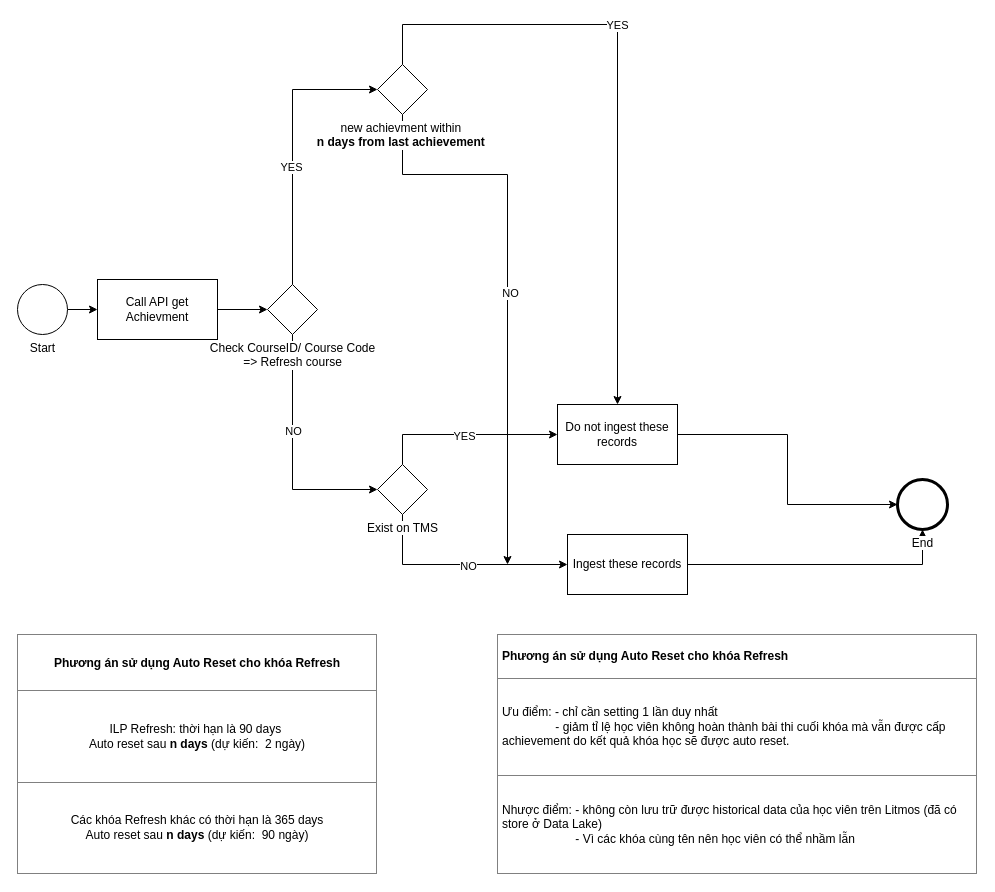
Above: page "Auto Reset" (1 of 2) of achievement job.drawio in thanhluandhsp/litmos (draw.io), before the change. Source tidied: cells renumbered, new cells numbered last; positions are measured from the earlier drawing's top-left corner, leaving out a move shared by most shapes. Both pictures are drawn from the tidied source at 100%, with x=0, y=0 at pixel (17, 24).
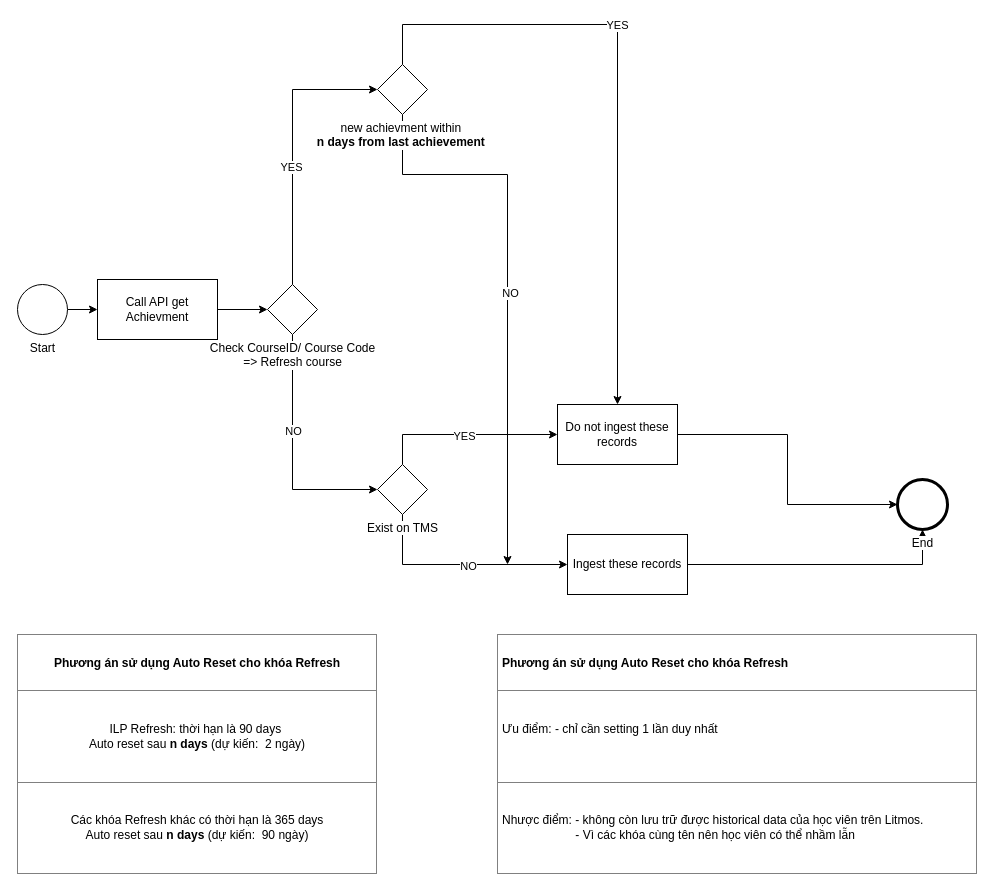
After the change.

What changed in the source:
```diff
@@
-    <mxCell id="27" value="&lt;table border=&quot;1&quot; width=&quot;100%&quot; height=&quot;100%&quot; cellpadding=&quot;4&quot; style=&quot;width:100%;height:100%;border-collapse:collapse;&quot;&gt;&lt;tbody&gt;&lt;tr&gt;&lt;th&gt;Phương án sử dụng Auto Reset cho khóa Refresh&lt;/th&gt;&lt;/tr&gt;&lt;tr&gt;&lt;td&gt;Ưu điểm: - chỉ cần setting 1 lần duy nhất&lt;br&gt;&amp;nbsp; &amp;nbsp; &amp;nbsp; &amp;nbsp; &amp;nbsp; &amp;nbsp; &amp;nbsp; &amp;nbsp; - giảm tỉ lệ học viên không hoàn thành bài thi cuối khóa mà vẫn được cấp achievement do kết quả khóa học sẽ được auto reset.&lt;/td&gt;&lt;/tr&gt;&lt;tr&gt;&lt;td&gt;Nhược điểm: - không còn lưu trữ được historical data của học viên trên Litmos (đã có store ở Data Lake)&lt;br&gt;&amp;nbsp; &amp;nbsp; &amp;nbsp; &amp;nbsp; &amp;nbsp; &amp;nbsp; &amp;nbsp; &amp;nbsp; &amp;nbsp; &amp;nbsp; &amp;nbsp; - Vì các khóa cùng tên nên học viên có thể nhầm lẫn&amp;nbsp;&lt;/td&gt;&lt;/tr&gt;&lt;/tbody&gt;&lt;/table&gt;" style="text;html=1;whiteSpace=wrap;strokeColor=none;fillColor=none;overflow=fill;align=left;" parent="1" vertex="1">
+    <mxCell id="27" value="&lt;table border=&quot;1&quot; width=&quot;100%&quot; height=&quot;100%&quot; cellpadding=&quot;4&quot; style=&quot;width:100%;height:100%;border-collapse:collapse;&quot;&gt;&lt;tbody&gt;&lt;tr&gt;&lt;th&gt;Phương án sử dụng Auto Reset cho khóa Refresh&lt;/th&gt;&lt;/tr&gt;&lt;tr&gt;&lt;td&gt;Ưu điểm: - chỉ cần setting 1 lần duy nhất&lt;br&gt;&amp;nbsp; &amp;nbsp; &amp;nbsp; &amp;nbsp; &amp;nbsp; &amp;nbsp; &amp;nbsp;&amp;nbsp;&lt;/td&gt;&lt;/tr&gt;&lt;tr&gt;&lt;td&gt;Nhược điểm: - không còn lưu trữ được historical data của học viên trên Litmos.&lt;br&gt;&amp;nbsp; &amp;nbsp; &amp;nbsp; &amp;nbsp; &amp;nbsp; &amp;nbsp; &amp;nbsp; &amp;nbsp; &amp;nbsp; &amp;nbsp; &amp;nbsp; - Vì các khóa cùng tên nên học viên có thể nhầm lẫn&amp;nbsp;&lt;/td&gt;&lt;/tr&gt;&lt;/tbody&gt;&lt;/table&gt;" style="text;html=1;whiteSpace=wrap;strokeColor=none;fillColor=none;overflow=fill;align=left;" parent="1" vertex="1">
       <mxGeometry x="480" y="610" width="480" height="240" as="geometry" />
     </mxCell>
```
